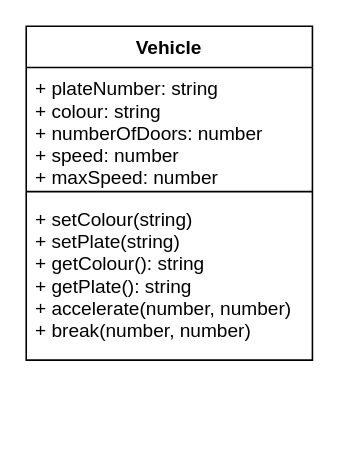
This is Unit2-05/Design/class.drawio from Samuel-Webster-178/ICS4U-Unit2-Samuel-Webster, a draw.io file, before an edit. Source tidied: cells renumbered, new cells numbered last; positions are measured from the earlier drawing's top-left corner, leaving out a move shared by most shapes. Both pictures are drawn from the tidied source at 159%, with x=0, y=0 at pixel (25, 25).
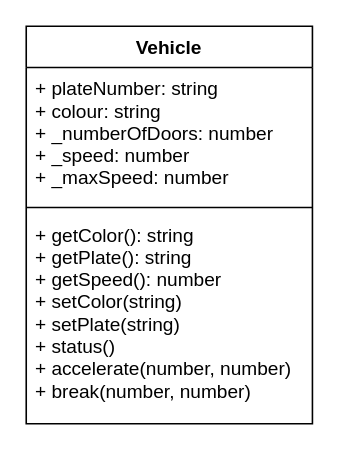
After the change.

Diff of the diagram source:
```diff
@@
 <mxGraphModel>
   <root>
     <mxCell id="0" />
     <mxCell id="1" parent="0" />
     <mxCell id="2" value="Vehicle" style="swimlane;fontStyle=1;align=center;verticalAlign=top;horizontal=1;startSize=26;" parent="1" vertex="1">
-      <mxGeometry width="180" height="210" as="geometry" />
+      <mxGeometry width="180" height="250" as="geometry" />
     </mxCell>
-    <mxCell id="3" value="+ plateNumber: string&#10;+ colour: string&#10;+ numberOfDoors: number&#10;+ speed: number&#10;+ maxSpeed: number" style="text;strokeColor=none;fillColor=none;align=left;verticalAlign=top;spacingLeft=4;spacingRight=4;overflow=hidden;" parent="2" vertex="1">
-      <mxGeometry y="26" width="180" height="74" as="geometry" />
+    <mxCell id="3" value="+ plateNumber: string&#10;+ colour: string&#10;+ _numberOfDoors: number&#10;+ _speed: number&#10;+ _maxSpeed: number" style="text;strokeColor=none;fillColor=none;align=left;verticalAlign=top;spacingLeft=4;spacingRight=4;overflow=hidden;" parent="2" vertex="1">
+      <mxGeometry y="26" width="180" height="84" as="geometry" />
     </mxCell>
     <mxCell id="4" style="line;strokeWidth=1;fillColor=none;align=left;verticalAlign=middle;spacingTop=-1;spacingLeft=3;spacingRight=3;labelPosition=right;strokeColor=inherit;" parent="2" vertex="1">
-      <mxGeometry y="100" width="180" height="8" as="geometry" />
+      <mxGeometry y="110" width="180" height="8" as="geometry" />
     </mxCell>
-    <mxCell id="5" value="+ setColour(string)&#10;+ setPlate(string)&#10;+ getColour(): string&#10;+ getPlate(): string&#10;+ accelerate(number, number)&#10;+ break(number, number)" style="text;strokeColor=none;fillColor=none;align=left;verticalAlign=top;spacingLeft=4;spacingRight=4;overflow=hidden;" parent="2" vertex="1">
-      <mxGeometry y="108" width="180" height="102" as="geometry" />
+    <mxCell id="5" value="+ getColor(): string&#10;+ getPlate(): string&#10;+ getSpeed(): number&#10;+ setColor(string)&#10;+ setPlate(string)&#10;+ status()&#10;+ accelerate(number, number)&#10;+ break(number, number)" style="text;strokeColor=none;fillColor=none;align=left;verticalAlign=top;spacingLeft=4;spacingRight=4;overflow=hidden;" parent="2" vertex="1">
+      <mxGeometry y="118" width="180" height="132" as="geometry" />
     </mxCell>
   </root>
 </mxGraphModel>
```
